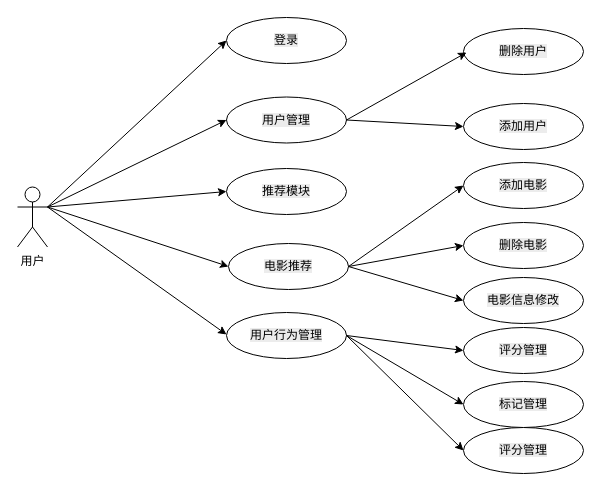
This is page "第 9 页" (9 of 9) of 未命名绘图.drawio from bcxdawn222/Bank, a draw.io file, before an edit. Source tidied: cells renumbered, new cells numbered last; positions are measured from the earlier drawing's top-left corner, leaving out a move shared by most shapes. Both pictures are drawn from the tidied source at 100%, with x=0, y=0 at pixel (17, 17).
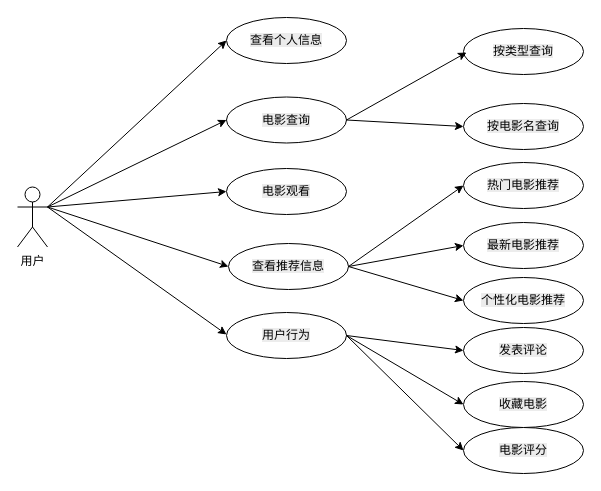
After the change.

Commit message:
更新未命名绘图.drawio

What changed in the source:
```diff
@@
-    <mxCell id="3" value="&lt;span style=&quot;font-family: 宋体; font-size: 12px; background-color: rgb(236, 236, 236);&quot;&gt;登录&lt;/span&gt;" style="ellipse;whiteSpace=wrap;html=1;fontFamily=Helvetica;fontSize=11;fontColor=default;labelBackgroundColor=default;" parent="1" vertex="1">
+    <mxCell id="3" value="&lt;font face=&quot;宋体&quot;&gt;&lt;span style=&quot;font-size: 12px; background-color: rgb(236, 236, 236);&quot;&gt;查看个人信息&lt;/span&gt;&lt;/font&gt;" style="ellipse;whiteSpace=wrap;html=1;fontFamily=Helvetica;fontSize=11;fontColor=default;labelBackgroundColor=default;" parent="1" vertex="1">
       <mxGeometry x="209" width="120" height="46" as="geometry" />
     </mxCell>
-    <mxCell id="4" value="&lt;span style=&quot;font-family: 宋体; font-size: 12px; background-color: rgb(236, 236, 236);&quot;&gt;用户管理&lt;/span&gt;" style="ellipse;whiteSpace=wrap;html=1;fontFamily=Helvetica;fontSize=11;fontColor=default;labelBackgroundColor=default;" parent="1" vertex="1">
+    <mxCell id="4" value="&lt;span style=&quot;font-family: 宋体; font-size: 12px; background-color: rgb(236, 236, 236);&quot;&gt;电影查询&lt;/span&gt;" style="ellipse;whiteSpace=wrap;html=1;fontFamily=Helvetica;fontSize=11;fontColor=default;labelBackgroundColor=default;" parent="1" vertex="1">
       <mxGeometry x="209" y="79.5" width="120" height="46" as="geometry" />
     </mxCell>
-    <mxCell id="5" value="&lt;span style=&quot;font-family: 宋体; font-size: 12px; background-color: rgb(236, 236, 236);&quot;&gt;推荐模块&lt;/span&gt;" style="ellipse;whiteSpace=wrap;html=1;fontFamily=Helvetica;fontSize=11;fontColor=default;labelBackgroundColor=default;" parent="1" vertex="1">
+    <mxCell id="5" value="&lt;span style=&quot;font-family: 宋体; font-size: 12px; background-color: rgb(236, 236, 236);&quot;&gt;电影观看&lt;/span&gt;" style="ellipse;whiteSpace=wrap;html=1;fontFamily=Helvetica;fontSize=11;fontColor=default;labelBackgroundColor=default;" parent="1" vertex="1">
       <mxGeometry x="209" y="151" width="120" height="46" as="geometry" />
     </mxCell>
@@
-    <mxCell id="10" value="&lt;span style=&quot;font-family: 宋体; font-size: 12px; background-color: rgb(236, 236, 236);&quot;&gt;电影推荐&lt;/span&gt;" style="ellipse;whiteSpace=wrap;html=1;fontFamily=Helvetica;fontSize=11;fontColor=default;labelBackgroundColor=default;" parent="1" vertex="1">
+    <mxCell id="10" value="&lt;span style=&quot;font-family: 宋体; font-size: 12px; background-color: rgb(236, 236, 236);&quot;&gt;查看推荐信息&lt;/span&gt;" style="ellipse;whiteSpace=wrap;html=1;fontFamily=Helvetica;fontSize=11;fontColor=default;labelBackgroundColor=default;" parent="1" vertex="1">
       <mxGeometry x="211" y="226" width="120" height="46" as="geometry" />
     </mxCell>
@@
-    <mxCell id="12" value="&lt;span style=&quot;font-family: 宋体; font-size: 12px; background-color: rgb(236, 236, 236);&quot;&gt;用户行为管理&lt;/span&gt;" style="ellipse;whiteSpace=wrap;html=1;fontFamily=Helvetica;fontSize=11;fontColor=default;labelBackgroundColor=default;" parent="1" vertex="1">
+    <mxCell id="12" value="&lt;span style=&quot;font-family: 宋体; font-size: 12px; background-color: rgb(236, 236, 236);&quot;&gt;用户行为&lt;/span&gt;" style="ellipse;whiteSpace=wrap;html=1;fontFamily=Helvetica;fontSize=11;fontColor=default;labelBackgroundColor=default;" parent="1" vertex="1">
       <mxGeometry x="209" y="295" width="120" height="46" as="geometry" />
     </mxCell>
-    <mxCell id="13" value="&lt;span style=&quot;font-family: 宋体; font-size: 12px; background-color: rgb(236, 236, 236);&quot;&gt;删除电影&lt;/span&gt;" style="ellipse;whiteSpace=wrap;html=1;fontFamily=Helvetica;fontSize=11;fontColor=default;labelBackgroundColor=default;" parent="1" vertex="1">
+    <mxCell id="13" value="&lt;span style=&quot;font-family: 宋体; font-size: 12px; background-color: rgb(236, 236, 236);&quot;&gt;最新电影推荐&lt;/span&gt;" style="ellipse;whiteSpace=wrap;html=1;fontFamily=Helvetica;fontSize=11;fontColor=default;labelBackgroundColor=default;" parent="1" vertex="1">
       <mxGeometry x="446" y="205" width="120" height="46" as="geometry" />
     </mxCell>
-    <mxCell id="14" value="&lt;span style=&quot;font-family: 宋体; font-size: 12px; background-color: rgb(236, 236, 236);&quot;&gt;添加电影&lt;/span&gt;" style="ellipse;whiteSpace=wrap;html=1;fontFamily=Helvetica;fontSize=11;fontColor=default;labelBackgroundColor=default;" parent="1" vertex="1">
+    <mxCell id="14" value="&lt;font face=&quot;宋体&quot;&gt;&lt;span style=&quot;font-size: 12px; background-color: rgb(236, 236, 236);&quot;&gt;热门电影推荐&lt;/span&gt;&lt;/font&gt;" style="ellipse;whiteSpace=wrap;html=1;fontFamily=Helvetica;fontSize=11;fontColor=default;labelBackgroundColor=default;" parent="1" vertex="1">
       <mxGeometry x="446" y="145" width="120" height="46" as="geometry" />
     </mxCell>
-    <mxCell id="15" value="&lt;span style=&quot;font-family: 宋体; font-size: 12px; background-color: rgb(236, 236, 236);&quot;&gt;添加用户&lt;/span&gt;" style="ellipse;whiteSpace=wrap;html=1;fontFamily=Helvetica;fontSize=11;fontColor=default;labelBackgroundColor=default;" parent="1" vertex="1">
+    <mxCell id="15" value="&lt;span style=&quot;font-family: 宋体; font-size: 12px; background-color: rgb(236, 236, 236);&quot;&gt;按电影名查询&lt;/span&gt;" style="ellipse;whiteSpace=wrap;html=1;fontFamily=Helvetica;fontSize=11;fontColor=default;labelBackgroundColor=default;" parent="1" vertex="1">
       <mxGeometry x="446" y="86" width="120" height="46" as="geometry" />
     </mxCell>
-    <mxCell id="16" value="&lt;span style=&quot;font-family: 宋体; font-size: 12px; background-color: rgb(236, 236, 236);&quot;&gt;删除用户&lt;/span&gt;" style="ellipse;whiteSpace=wrap;html=1;fontFamily=Helvetica;fontSize=11;fontColor=default;labelBackgroundColor=default;" parent="1" vertex="1">
+    <mxCell id="16" value="&lt;span style=&quot;font-family: 宋体; font-size: 12px; background-color: rgb(236, 236, 236);&quot;&gt;按类型查询&lt;/span&gt;" style="ellipse;whiteSpace=wrap;html=1;fontFamily=Helvetica;fontSize=11;fontColor=default;labelBackgroundColor=default;" parent="1" vertex="1">
       <mxGeometry x="446" y="11" width="120" height="46" as="geometry" />
     </mxCell>
-    <mxCell id="17" value="&lt;span style=&quot;font-family: 宋体; font-size: 12px; background-color: rgb(236, 236, 236);&quot;&gt;评分管理&lt;/span&gt;" style="ellipse;whiteSpace=wrap;html=1;fontFamily=Helvetica;fontSize=11;fontColor=default;labelBackgroundColor=default;" parent="1" vertex="1">
+    <mxCell id="17" value="&lt;span style=&quot;font-family: 宋体; font-size: 12px; background-color: rgb(236, 236, 236);&quot;&gt;电影评分&lt;/span&gt;" style="ellipse;whiteSpace=wrap;html=1;fontFamily=Helvetica;fontSize=11;fontColor=default;labelBackgroundColor=default;" parent="1" vertex="1">
       <mxGeometry x="446" y="410" width="120" height="46" as="geometry" />
     </mxCell>
-    <mxCell id="18" value="&lt;span style=&quot;font-family: 宋体; font-size: 12px; background-color: rgb(236, 236, 236);&quot;&gt;标记管理&lt;/span&gt;" style="ellipse;whiteSpace=wrap;html=1;fontFamily=Helvetica;fontSize=11;fontColor=default;labelBackgroundColor=default;" parent="1" vertex="1">
+    <mxCell id="18" value="&lt;font face=&quot;宋体&quot;&gt;&lt;span style=&quot;font-size: 12px; background-color: rgb(236, 236, 236);&quot;&gt;收藏电影&lt;/span&gt;&lt;/font&gt;" style="ellipse;whiteSpace=wrap;html=1;fontFamily=Helvetica;fontSize=11;fontColor=default;labelBackgroundColor=default;" parent="1" vertex="1">
       <mxGeometry x="446" y="364" width="120" height="46" as="geometry" />
     </mxCell>
-    <mxCell id="19" value="&lt;span style=&quot;font-family: 宋体; font-size: 12px; background-color: rgb(236, 236, 236);&quot;&gt;评分管理&lt;/span&gt;" style="ellipse;whiteSpace=wrap;html=1;fontFamily=Helvetica;fontSize=11;fontColor=default;labelBackgroundColor=default;" parent="1" vertex="1">
+    <mxCell id="19" value="&lt;span style=&quot;font-family: 宋体; font-size: 12px; background-color: rgb(236, 236, 236);&quot;&gt;发表评论&lt;/span&gt;" style="ellipse;whiteSpace=wrap;html=1;fontFamily=Helvetica;fontSize=11;fontColor=default;labelBackgroundColor=default;" parent="1" vertex="1">
       <mxGeometry x="446" y="310" width="120" height="46" as="geometry" />
     </mxCell>
-    <mxCell id="20" value="&lt;span style=&quot;font-family: 宋体; font-size: 12px; background-color: rgb(236, 236, 236);&quot;&gt;电影信息修改&lt;/span&gt;" style="ellipse;whiteSpace=wrap;html=1;fontFamily=Helvetica;fontSize=11;fontColor=default;labelBackgroundColor=default;" parent="1" vertex="1">
+    <mxCell id="20" value="&lt;span style=&quot;font-family: 宋体; font-size: 12px; background-color: rgb(236, 236, 236);&quot;&gt;个性化电影推荐&lt;/span&gt;" style="ellipse;whiteSpace=wrap;html=1;fontFamily=Helvetica;fontSize=11;fontColor=default;labelBackgroundColor=default;" parent="1" vertex="1">
       <mxGeometry x="446" y="260" width="120" height="46" as="geometry" />
     </mxCell>
```
